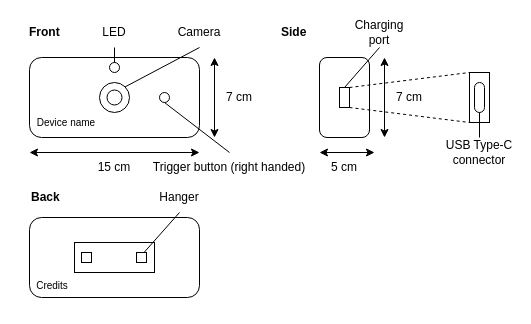
The draw.io diagram Device-PBL5.drawio in lukas0173/Draw.io, before the edit. Source tidied: cells renumbered, new cells numbered last; positions are measured from the earlier drawing's top-left corner, leaving out a move shared by most shapes. Both pictures are drawn from the tidied source at 100%, with x=0, y=0 at pixel (17, 17).
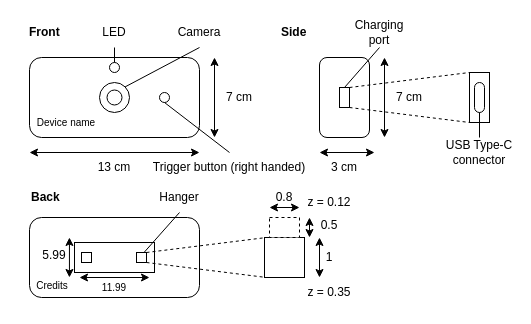
The same page after the edit.

The change refers to these unchanged cells:
```xml
<mxCell id="19" style="rounded=1;whiteSpace=wrap;html=1;" parent="1" vertex="1">
  <mxGeometry x="12" y="200" width="170" height="80" as="geometry" />
</mxCell>
<mxCell id="20" value="&lt;div&gt;Credits&lt;/div&gt;" style="text;html=1;align=center;verticalAlign=middle;whiteSpace=wrap;rounded=0;fontSize=10;" parent="1" vertex="1">
  <mxGeometry y="253" width="70" height="30" as="geometry" />
</mxCell>
```

Diff of the diagram source:
```diff
@@
-    <mxCell id="8" value="15 cm" style="text;html=1;align=center;verticalAlign=middle;whiteSpace=wrap;rounded=0;" parent="1" vertex="1">
+    <mxCell id="8" value="13 cm" style="text;html=1;align=center;verticalAlign=middle;whiteSpace=wrap;rounded=0;" parent="1" vertex="1">
       <mxGeometry x="67" y="135" width="60" height="30" as="geometry" />
     </mxCell>
@@
-    <mxCell id="12" value="5 cm" style="text;html=1;align=center;verticalAlign=middle;whiteSpace=wrap;rounded=0;" parent="1" vertex="1">
+    <mxCell id="12" value="3 cm" style="text;html=1;align=center;verticalAlign=middle;whiteSpace=wrap;rounded=0;" parent="1" vertex="1">
       <mxGeometry x="297" y="135" width="60" height="30" as="geometry" />
     </mxCell>
@@
+    <mxCell id="42" style="endArrow=classic;startArrow=classic;html=1;rounded=0;entryX=0.706;entryY=0.875;entryDx=0;entryDy=0;entryPerimeter=0;" parent="1" edge="1">
+      <mxGeometry relative="1" as="geometry">
+        <mxPoint x="62" y="260" as="sourcePoint" />
+        <mxPoint x="132" y="260" as="targetPoint" />
+      </mxGeometry>
+    </mxCell>
+    <mxCell id="43" value="11.99" style="text;html=1;align=center;verticalAlign=middle;whiteSpace=wrap;rounded=0;fontSize=10;" parent="1" vertex="1">
+      <mxGeometry x="67" y="255" width="60" height="30" as="geometry" />
+    </mxCell>
+    <mxCell id="44" style="endArrow=classic;startArrow=classic;html=1;rounded=0;exitX=0.235;exitY=0.25;exitDx=0;exitDy=0;exitPerimeter=0;entryX=0.742;entryY=0.233;entryDx=0;entryDy=0;entryPerimeter=0;" parent="1" edge="1" source="19" target="20">
+      <mxGeometry relative="1" as="geometry" />
+    </mxCell>
+    <mxCell id="45" value="5.99" style="text;html=1;align=center;verticalAlign=middle;whiteSpace=wrap;rounded=0;" parent="1" vertex="1">
+      <mxGeometry x="7" y="223" width="60" height="30" as="geometry" />
+    </mxCell>
+    <mxCell id="46" style="endArrow=none;html=1;rounded=0;exitX=1;exitY=0;exitDx=0;exitDy=0;entryX=0;entryY=0;entryDx=0;entryDy=0;dashed=1;" parent="1" edge="1">
+      <mxGeometry relative="1" as="geometry">
+        <mxPoint x="129" y="235" as="sourcePoint" />
+        <mxPoint x="249" y="220" as="targetPoint" />
+      </mxGeometry>
+    </mxCell>
+    <mxCell id="47" style="endArrow=none;html=1;rounded=0;exitX=1;exitY=1;exitDx=0;exitDy=0;entryX=0;entryY=1;entryDx=0;entryDy=0;dashed=1;" parent="1" edge="1">
+      <mxGeometry relative="1" as="geometry">
+        <mxPoint x="129" y="245" as="sourcePoint" />
+        <mxPoint x="249" y="260" as="targetPoint" />
+      </mxGeometry>
+    </mxCell>
+    <mxCell id="48" style="rounded=0;whiteSpace=wrap;html=1;" parent="1" vertex="1">
+      <mxGeometry x="247" y="220" width="40" height="40" as="geometry" />
+    </mxCell>
+    <mxCell id="49" style="rounded=0;whiteSpace=wrap;html=1;dashed=1;" parent="1" vertex="1">
+      <mxGeometry x="252" y="200" width="30" height="20" as="geometry" />
+    </mxCell>
+    <mxCell id="50" style="endArrow=classic;startArrow=classic;html=1;rounded=0;" parent="1" edge="1">
+      <mxGeometry relative="1" as="geometry">
+        <mxPoint x="302" y="220" as="sourcePoint" />
+        <mxPoint x="302" y="260" as="targetPoint" />
+      </mxGeometry>
+    </mxCell>
+    <mxCell id="51" value="1" style="text;html=1;align=center;verticalAlign=middle;whiteSpace=wrap;rounded=0;" parent="1" vertex="1">
+      <mxGeometry x="282" y="225" width="60" height="30" as="geometry" />
+    </mxCell>
+    <mxCell id="52" style="endArrow=classic;startArrow=classic;html=1;rounded=0;" parent="1" edge="1">
+      <mxGeometry relative="1" as="geometry">
+        <mxPoint x="252" y="190" as="sourcePoint" />
+        <mxPoint x="282" y="190" as="targetPoint" />
+      </mxGeometry>
+    </mxCell>
+    <mxCell id="53" value="0.8" style="text;html=1;align=center;verticalAlign=middle;whiteSpace=wrap;rounded=0;" parent="1" vertex="1">
+      <mxGeometry x="237" y="165" width="60" height="30" as="geometry" />
+    </mxCell>
+    <mxCell id="54" style="endArrow=classic;startArrow=classic;html=1;rounded=0;" parent="1" edge="1">
+      <mxGeometry relative="1" as="geometry">
+        <mxPoint x="292" y="200" as="sourcePoint" />
+        <mxPoint x="292" y="220" as="targetPoint" />
+      </mxGeometry>
+    </mxCell>
+    <mxCell id="55" value="0.5" style="text;html=1;align=center;verticalAlign=middle;whiteSpace=wrap;rounded=0;" parent="1" vertex="1">
+      <mxGeometry x="282" y="193" width="60" height="30" as="geometry" />
+    </mxCell>
+    <mxCell id="56" value="z = 0.12" style="text;html=1;align=center;verticalAlign=middle;whiteSpace=wrap;rounded=0;" parent="1" vertex="1">
+      <mxGeometry x="282" y="170" width="60" height="30" as="geometry" />
+    </mxCell>
+    <mxCell id="57" value="z = 0.3&lt;span style=&quot;background-color: transparent; color: light-dark(rgb(0, 0, 0), rgb(255, 255, 255));&quot;&gt;5&lt;/span&gt;" style="text;html=1;align=center;verticalAlign=middle;whiteSpace=wrap;rounded=0;" parent="1" vertex="1">
+      <mxGeometry x="282" y="260" width="60" height="30" as="geometry" />
+    </mxCell>
```
